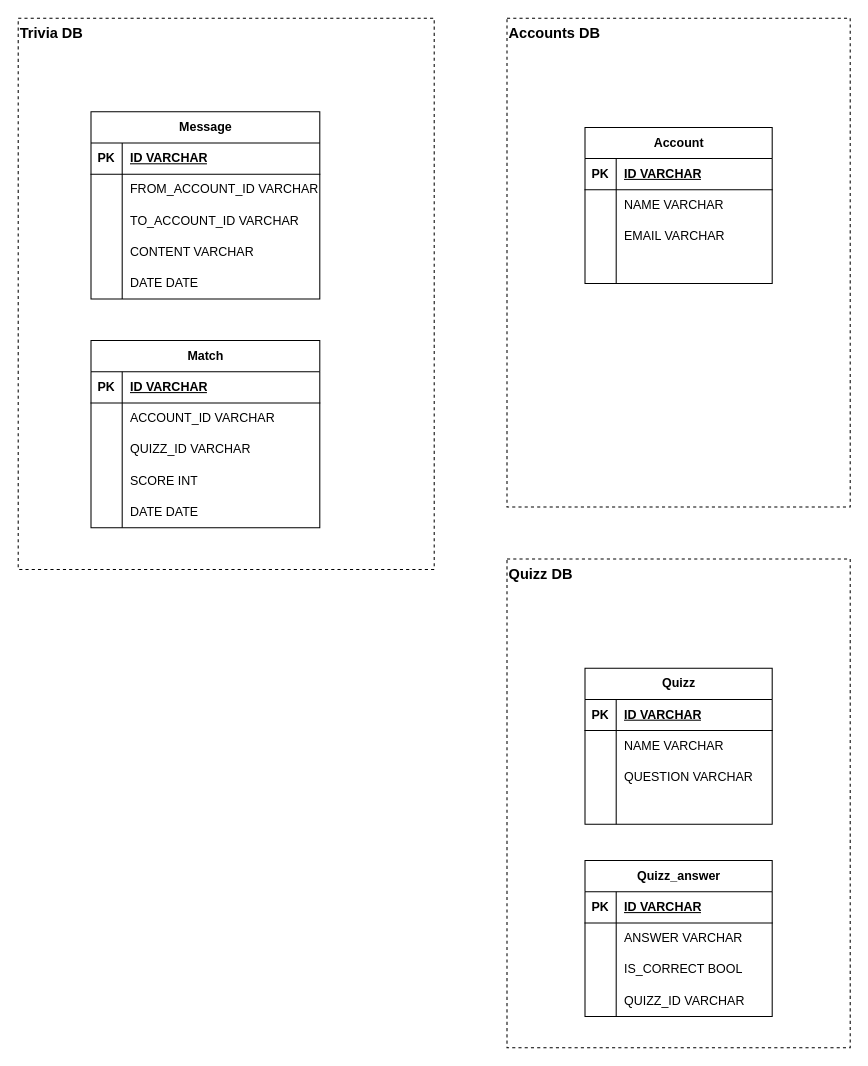
This is page "db" (5 of 5) of architecture/jack-chat-game/jack-chat-game.drawio from codegik/pocs, a draw.io file, before an edit. Source tidied: cells renumbered, new cells numbered last; positions are measured from the earlier drawing's top-left corner, leaving out a move shared by most shapes. Both pictures are drawn from the tidied source at 104%, with x=0, y=0 at pixel (18, 18).
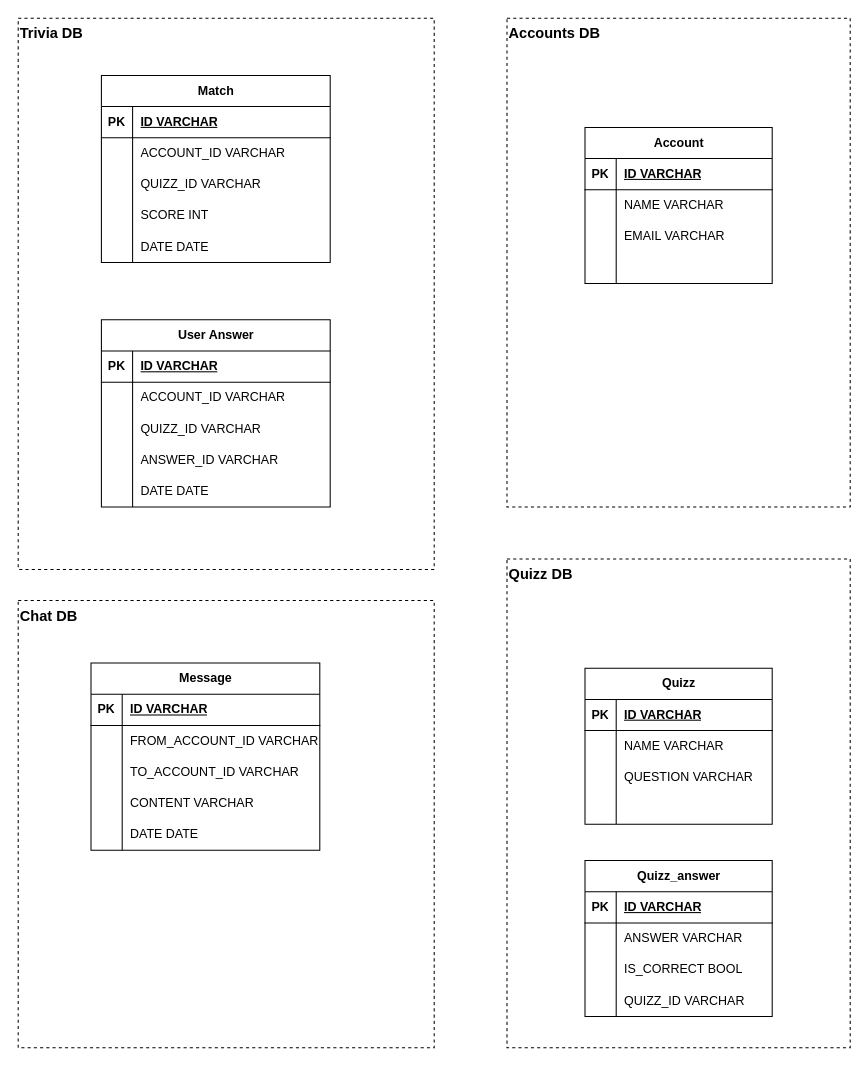
The same diagram, later.

Change to the diagram source:
```diff
@@
+    <mxCell id="76" value="Chat DB" style="rounded=0;whiteSpace=wrap;html=1;align=left;verticalAlign=top;dashed=1;fontStyle=1;fontSize=14;" parent="1" vertex="1">
+      <mxGeometry y="560" width="400" height="430" as="geometry" />
+    </mxCell>
@@
     <mxCell id="4" value="Message" style="shape=table;startSize=30;childLayout=tableLayout;rowLines=0;fontStyle=1;align=center;html=1;" parent="1" vertex="1">
-      <mxGeometry x="70" y="90" width="220" height="180" as="geometry" />
+      <mxGeometry x="70" y="620" width="220" height="180" as="geometry" />
     </mxCell>
@@
     <mxCell id="33" value="Match" style="shape=table;startSize=30;childLayout=tableLayout;rowLines=0;fontStyle=1;align=center;html=1;" parent="1" vertex="1">
-      <mxGeometry x="70" y="310" width="220" height="180" as="geometry" />
+      <mxGeometry x="80" y="55" width="220" height="180" as="geometry" />
     </mxCell>
@@
+    <mxCell id="77" value="User Answer" style="shape=table;startSize=30;childLayout=tableLayout;rowLines=0;fontStyle=1;align=center;html=1;" parent="1" vertex="1">
+      <mxGeometry x="80" y="290" width="220" height="180" as="geometry" />
+    </mxCell>
+    <mxCell id="78" style="shape=tableRow;horizontal=0;startSize=0;swimlaneHead=0;swimlaneBody=0;fillColor=none;top=0;left=0;right=0;bottom=1;" parent="77" vertex="1">
+      <mxGeometry y="30" width="220" height="30" as="geometry" />
+    </mxCell>
+    <mxCell id="79" value="PK" style="shape=partialRectangle;fillColor=none;top=0;left=0;bottom=0;right=0;fontStyle=1;overflow=hidden;whiteSpace=wrap;html=1;" parent="78" vertex="1">
+      <mxGeometry width="30" height="30" as="geometry" />
+    </mxCell>
+    <mxCell id="80" value="ID VARCHAR" style="shape=partialRectangle;fillColor=none;top=0;left=0;bottom=0;right=0;align=left;spacingLeft=6;fontStyle=5;overflow=hidden;whiteSpace=wrap;html=1;" parent="78" vertex="1">
+      <mxGeometry x="30" width="190" height="30" as="geometry" />
+    </mxCell>
+    <mxCell id="81" style="shape=tableRow;horizontal=0;startSize=0;swimlaneHead=0;swimlaneBody=0;fillColor=none;top=0;left=0;right=0;bottom=0;" parent="77" vertex="1">
+      <mxGeometry y="60" width="220" height="30" as="geometry" />
+    </mxCell>
+    <mxCell id="82" style="shape=partialRectangle;fillColor=none;top=0;left=0;bottom=0;right=0;overflow=hidden;whiteSpace=wrap;html=1;" parent="81" vertex="1">
+      <mxGeometry width="30" height="30" as="geometry" />
+    </mxCell>
+    <mxCell id="83" value="ACCOUNT_ID VARCHAR " style="shape=partialRectangle;fillColor=none;top=0;left=0;bottom=0;right=0;align=left;spacingLeft=6;overflow=hidden;whiteSpace=wrap;html=1;" parent="81" vertex="1">
+      <mxGeometry x="30" width="190" height="30" as="geometry" />
+    </mxCell>
+    <mxCell id="84" style="shape=tableRow;horizontal=0;startSize=0;swimlaneHead=0;swimlaneBody=0;fillColor=none;top=0;left=0;right=0;bottom=0;" parent="77" vertex="1">
+      <mxGeometry y="90" width="220" height="30" as="geometry" />
+    </mxCell>
+    <mxCell id="85" style="shape=partialRectangle;fillColor=none;top=0;left=0;bottom=0;right=0;overflow=hidden;whiteSpace=wrap;html=1;" parent="84" vertex="1">
+      <mxGeometry width="30" height="30" as="geometry" />
+    </mxCell>
+    <mxCell id="86" value="QUIZZ_ID VARCHAR" style="shape=partialRectangle;fillColor=none;top=0;left=0;bottom=0;right=0;align=left;spacingLeft=6;overflow=hidden;whiteSpace=wrap;html=1;" parent="84" vertex="1">
+      <mxGeometry x="30" width="190" height="30" as="geometry" />
+    </mxCell>
+    <mxCell id="87" style="shape=tableRow;horizontal=0;startSize=0;swimlaneHead=0;swimlaneBody=0;fillColor=none;top=0;left=0;right=0;bottom=0;" parent="77" vertex="1">
+      <mxGeometry y="120" width="220" height="30" as="geometry" />
+    </mxCell>
+    <mxCell id="88" style="shape=partialRectangle;fillColor=none;top=0;left=0;bottom=0;right=0;overflow=hidden;whiteSpace=wrap;html=1;" parent="87" vertex="1">
+      <mxGeometry width="30" height="30" as="geometry" />
+    </mxCell>
+    <mxCell id="89" value="ANSWER_ID VARCHAR" style="shape=partialRectangle;fillColor=none;top=0;left=0;bottom=0;right=0;align=left;spacingLeft=6;overflow=hidden;whiteSpace=wrap;html=1;" parent="87" vertex="1">
+      <mxGeometry x="30" width="190" height="30" as="geometry" />
+    </mxCell>
+    <mxCell id="90" style="shape=tableRow;horizontal=0;startSize=0;swimlaneHead=0;swimlaneBody=0;fillColor=none;top=0;left=0;right=0;bottom=0;" parent="77" vertex="1">
+      <mxGeometry y="150" width="220" height="30" as="geometry" />
+    </mxCell>
+    <mxCell id="91" style="shape=partialRectangle;fillColor=none;top=0;left=0;bottom=0;right=0;overflow=hidden;whiteSpace=wrap;html=1;" parent="90" vertex="1">
+      <mxGeometry width="30" height="30" as="geometry" />
+    </mxCell>
+    <mxCell id="92" value="DATE DATE" style="shape=partialRectangle;fillColor=none;top=0;left=0;bottom=0;right=0;align=left;spacingLeft=6;overflow=hidden;whiteSpace=wrap;html=1;" parent="90" vertex="1">
+      <mxGeometry x="30" width="190" height="30" as="geometry" />
+    </mxCell>
```
